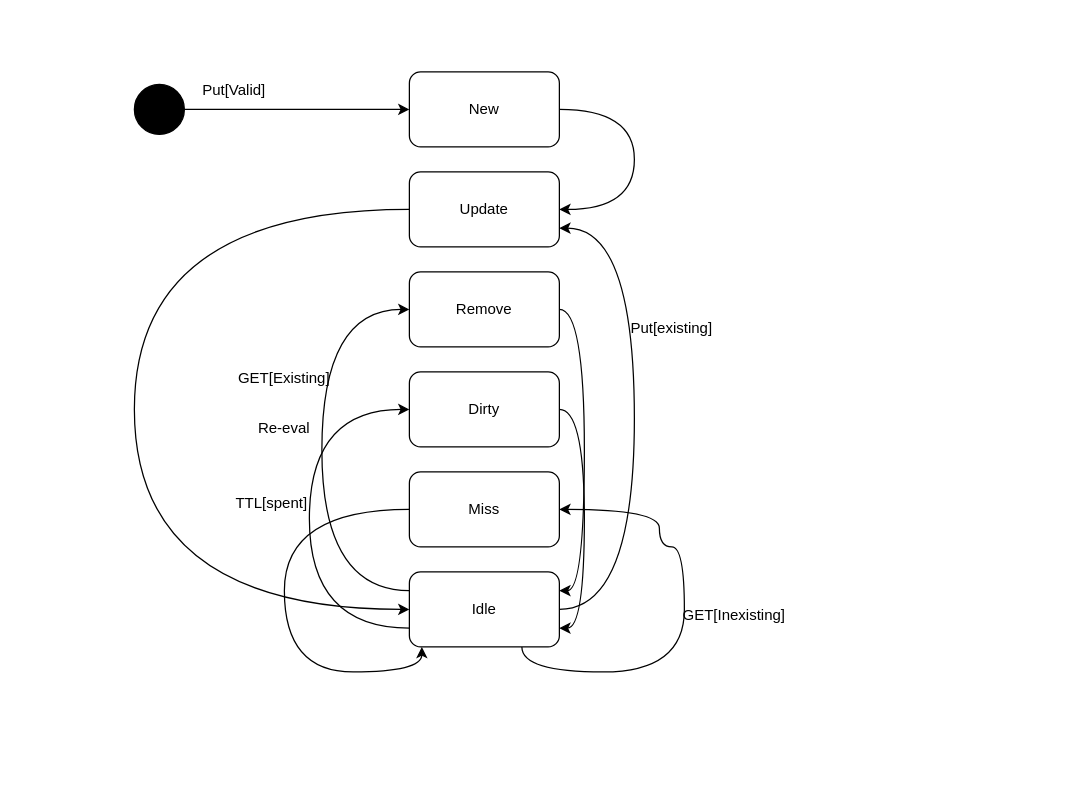
Above: page "4.4 Cache State Machine" (2 of 2) of P/P04/P4.drawio in DavidAraujo98/AS (draw.io), before the change. Source tidied: cells renumbered, new cells numbered last; positions are measured from the earlier drawing's top-left corner, leaving out a move shared by most shapes. Both pictures are drawn from the tidied source at 125%, with x=0, y=0 at pixel (134, 71).
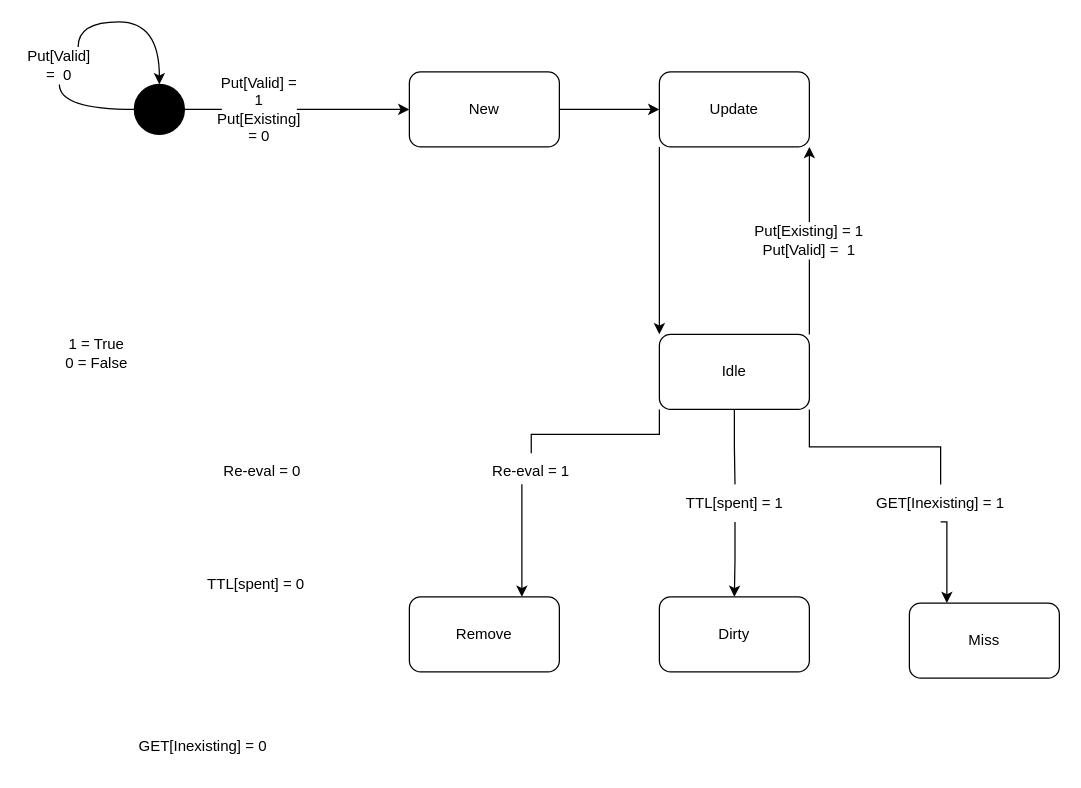
The same page after the edit.

The change refers to these unchanged cells:
```xml
<mxCell id="3" style="shape=ellipse;html=1;fillColor=#000000;fontSize=18;fontColor=#ffffff;" parent="1" vertex="1">
  <mxGeometry y="10" width="40" height="40" as="geometry" />
</mxCell>
<mxCell id="5" value="New" style="rounded=1;whiteSpace=wrap;html=1;" parent="1" vertex="1">
  <mxGeometry x="220" width="120" height="60" as="geometry" />
</mxCell>
```

What changed in the source:
```diff
@@
-    <mxCell id="2" style="edgeStyle=orthogonalEdgeStyle;rounded=0;jettySize=auto;html=1;exitX=1;exitY=0.5;exitDx=0;exitDy=0;curved=1;" parent="1" edge="1" source="3" target="5">
+    <mxCell id="2" style="edgeStyle=orthogonalEdgeStyle;rounded=0;jettySize=auto;html=1;exitX=1;exitY=0.5;exitDx=0;exitDy=0;curved=1;startArrow=none;" parent="1" edge="1" source="19" target="5">
       <mxGeometry relative="1" as="geometry" />
     </mxCell>
+    <mxCell id="25" style="edgeStyle=orthogonalEdgeStyle;curved=1;rounded=0;jettySize=auto;html=1;exitX=0.75;exitY=0;exitDx=0;exitDy=0;endArrow=classic;endFill=1;entryX=0.5;entryY=0;entryDx=0;entryDy=0;startArrow=none;" parent="1" edge="1" source="30" target="3">
+      <mxGeometry relative="1" as="geometry">
+        <Array as="points">
+          <mxPoint x="-45" y="-40" />
+          <mxPoint x="20" y="-40" />
+        </Array>
+      </mxGeometry>
+    </mxCell>
@@
-    <mxCell id="4" style="edgeStyle=orthogonalEdgeStyle;curved=1;rounded=0;jettySize=auto;html=1;exitX=1;exitY=0.5;exitDx=0;exitDy=0;entryX=1;entryY=0.5;entryDx=0;entryDy=0;" parent="1" edge="1" source="5" target="7">
-      <mxGeometry relative="1" as="geometry">
-        <Array as="points">
-          <mxPoint x="400" y="30" />
-          <mxPoint x="400" y="110" />
-        </Array>
-      </mxGeometry>
+    <mxCell id="4" style="edgeStyle=orthogonalEdgeStyle;curved=1;rounded=0;jettySize=auto;html=1;exitX=1;exitY=0.5;exitDx=0;exitDy=0;entryX=0;entryY=0.5;entryDx=0;entryDy=0;endArrow=classic;endFill=1;" parent="1" edge="1" source="5" target="7">
+      <mxGeometry relative="1" as="geometry" />
     </mxCell>
@@
-    <mxCell id="6" style="edgeStyle=orthogonalEdgeStyle;curved=1;rounded=0;jettySize=auto;html=1;exitX=0;exitY=0.5;exitDx=0;exitDy=0;entryX=0;entryY=0.5;entryDx=0;entryDy=0;" parent="1" edge="1" source="7" target="18">
-      <mxGeometry relative="1" as="geometry">
-        <Array as="points">
-          <mxPoint y="110" />
-          <mxPoint y="430" />
-        </Array>
-      </mxGeometry>
+    <mxCell id="6" style="edgeStyle=orthogonalEdgeStyle;rounded=0;jettySize=auto;html=1;exitX=0;exitY=1;exitDx=0;exitDy=0;entryX=0;entryY=0;entryDx=0;entryDy=0;" parent="1" edge="1" source="7" target="18">
+      <mxGeometry relative="1" as="geometry" />
     </mxCell>
     <mxCell id="7" value="Update" style="rounded=1;whiteSpace=wrap;html=1;" parent="1" vertex="1">
-      <mxGeometry x="220" y="80" width="120" height="60" as="geometry" />
+      <mxGeometry x="420" width="120" height="60" as="geometry" />
     </mxCell>
-    <mxCell id="8" style="edgeStyle=orthogonalEdgeStyle;curved=1;rounded=0;jettySize=auto;html=1;exitX=1;exitY=0.5;exitDx=0;exitDy=0;entryX=1;entryY=0.25;entryDx=0;entryDy=0;" parent="1" edge="1" source="9" target="18">
-      <mxGeometry relative="1" as="geometry" />
-    </mxCell>
     <mxCell id="9" value="Remove" style="rounded=1;whiteSpace=wrap;html=1;" parent="1" vertex="1">
-      <mxGeometry x="220" y="160" width="120" height="60" as="geometry" />
+      <mxGeometry x="220" y="420" width="120" height="60" as="geometry" />
     </mxCell>
-    <mxCell id="10" style="edgeStyle=orthogonalEdgeStyle;curved=1;rounded=0;jettySize=auto;html=1;exitX=1;exitY=0.5;exitDx=0;exitDy=0;entryX=1;entryY=0.75;entryDx=0;entryDy=0;" parent="1" edge="1" source="11" target="18">
-      <mxGeometry relative="1" as="geometry" />
-    </mxCell>
     <mxCell id="11" value="Dirty" style="rounded=1;whiteSpace=wrap;html=1;" parent="1" vertex="1">
-      <mxGeometry x="220" y="240" width="120" height="60" as="geometry" />
+      <mxGeometry x="420" y="420" width="120" height="60" as="geometry" />
     </mxCell>
-    <mxCell id="12" style="edgeStyle=orthogonalEdgeStyle;curved=1;rounded=0;jettySize=auto;html=1;exitX=0;exitY=0.5;exitDx=0;exitDy=0;entryX=0.083;entryY=1;entryDx=0;entryDy=0;entryPerimeter=0;" parent="1" edge="1" source="13" target="18">
-      <mxGeometry relative="1" as="geometry">
-        <Array as="points">
-          <mxPoint x="120" y="350" />
-          <mxPoint x="120" y="480" />
-          <mxPoint x="230" y="480" />
-        </Array>
-      </mxGeometry>
-    </mxCell>
     <mxCell id="13" value="Miss" style="rounded=1;whiteSpace=wrap;html=1;" parent="1" vertex="1">
-      <mxGeometry x="220" y="320" width="120" height="60" as="geometry" />
+      <mxGeometry x="620" y="425" width="120" height="60" as="geometry" />
     </mxCell>
-    <mxCell id="14" style="edgeStyle=orthogonalEdgeStyle;curved=1;rounded=0;jettySize=auto;html=1;exitX=1;exitY=0.5;exitDx=0;exitDy=0;entryX=1;entryY=0.75;entryDx=0;entryDy=0;" parent="1" edge="1" source="18" target="7">
-      <mxGeometry relative="1" as="geometry">
-        <Array as="points">
-          <mxPoint x="400" y="430" />
-          <mxPoint x="400" y="125" />
-        </Array>
-      </mxGeometry>
-    </mxCell>
-    <mxCell id="15" style="edgeStyle=orthogonalEdgeStyle;curved=1;rounded=0;jettySize=auto;html=1;exitX=0;exitY=0.75;exitDx=0;exitDy=0;entryX=0;entryY=0.5;entryDx=0;entryDy=0;" parent="1" edge="1" source="18" target="11">
-      <mxGeometry relative="1" as="geometry">
-        <Array as="points">
-          <mxPoint x="140" y="445" />
-          <mxPoint x="140" y="270" />
-        </Array>
-      </mxGeometry>
-    </mxCell>
-    <mxCell id="16" style="edgeStyle=orthogonalEdgeStyle;curved=1;rounded=0;jettySize=auto;html=1;exitX=0.75;exitY=1;exitDx=0;exitDy=0;entryX=1;entryY=0.5;entryDx=0;entryDy=0;" parent="1" edge="1" source="18" target="13">
-      <mxGeometry relative="1" as="geometry">
-        <Array as="points">
-          <mxPoint x="310" y="480" />
-          <mxPoint x="440" y="480" />
-          <mxPoint x="440" y="380" />
-          <mxPoint x="420" y="380" />
-          <mxPoint x="420" y="350" />
-        </Array>
-      </mxGeometry>
-    </mxCell>
-    <mxCell id="17" style="edgeStyle=orthogonalEdgeStyle;curved=1;rounded=0;jettySize=auto;html=1;exitX=0;exitY=0.25;exitDx=0;exitDy=0;entryX=0;entryY=0.5;entryDx=0;entryDy=0;" parent="1" edge="1" source="18" target="9">
-      <mxGeometry relative="1" as="geometry">
-        <Array as="points">
-          <mxPoint x="150" y="415" />
-          <mxPoint x="150" y="190" />
-        </Array>
-      </mxGeometry>
-    </mxCell>
+    <mxCell id="26" style="edgeStyle=orthogonalEdgeStyle;rounded=0;jettySize=auto;html=1;exitX=0.5;exitY=0;exitDx=0;exitDy=0;entryX=1;entryY=1;entryDx=0;entryDy=0;startArrow=none;" parent="1" edge="1" source="34" target="7">
+      <mxGeometry relative="1" as="geometry" />
+    </mxCell>
+    <mxCell id="27" style="edgeStyle=orthogonalEdgeStyle;rounded=0;jettySize=auto;html=1;exitX=0.5;exitY=1;exitDx=0;exitDy=0;entryX=0.5;entryY=0;entryDx=0;entryDy=0;startArrow=none;" parent="1" edge="1" source="36" target="11">
+      <mxGeometry relative="1" as="geometry" />
+    </mxCell>
+    <mxCell id="28" style="edgeStyle=orthogonalEdgeStyle;rounded=0;jettySize=auto;html=1;entryX=0.75;entryY=0;entryDx=0;entryDy=0;startArrow=none;exitX=0.4;exitY=0.833;exitDx=0;exitDy=0;exitPerimeter=0;" parent="1" edge="1" source="38" target="9">
+      <mxGeometry relative="1" as="geometry" />
+    </mxCell>
+    <mxCell id="29" style="edgeStyle=orthogonalEdgeStyle;rounded=0;jettySize=auto;html=1;exitX=0.5;exitY=1;exitDx=0;exitDy=0;entryX=0.25;entryY=0;entryDx=0;entryDy=0;startArrow=none;" parent="1" edge="1" source="40" target="13">
+      <mxGeometry relative="1" as="geometry">
+        <Array as="points">
+          <mxPoint x="650" y="360" />
+        </Array>
+      </mxGeometry>
+    </mxCell>
     <mxCell id="18" value="Idle" style="rounded=1;whiteSpace=wrap;html=1;" parent="1" vertex="1">
-      <mxGeometry x="220" y="400" width="120" height="60" as="geometry" />
+      <mxGeometry x="420" y="210" width="120" height="60" as="geometry" />
     </mxCell>
-    <mxCell id="19" value="Put[Valid]" style="text;html=1;strokeColor=none;fillColor=none;align=center;verticalAlign=middle;whiteSpace=wrap;rounded=0;" parent="1" vertex="1">
-      <mxGeometry x="50" width="60" height="30" as="geometry" />
-    </mxCell>
-    <mxCell id="20" value="Put[existing]" style="text;html=1;strokeColor=none;fillColor=none;align=center;verticalAlign=middle;whiteSpace=wrap;rounded=0;" parent="1" vertex="1">
-      <mxGeometry x="400" y="190" width="60" height="30" as="geometry" />
-    </mxCell>
-    <mxCell id="21" value="GET[Inexisting]" style="text;html=1;strokeColor=none;fillColor=none;align=center;verticalAlign=middle;whiteSpace=wrap;rounded=0;" parent="1" vertex="1">
-      <mxGeometry x="450" y="420" width="60" height="30" as="geometry" />
+    <mxCell id="21" value="GET[Inexisting] = 0" style="text;html=1;strokeColor=none;fillColor=none;align=center;verticalAlign=middle;whiteSpace=wrap;rounded=0;" parent="1" vertex="1">
+      <mxGeometry y="525" width="110" height="30" as="geometry" />
     </mxCell>
-    <mxCell id="22" value="GET[Existing]" style="text;html=1;strokeColor=none;fillColor=none;align=center;verticalAlign=middle;whiteSpace=wrap;rounded=0;" parent="1" vertex="1">
-      <mxGeometry x="90" y="230" width="60" height="30" as="geometry" />
-    </mxCell>
-    <mxCell id="23" value="Re-eval" style="text;html=1;strokeColor=none;fillColor=none;align=center;verticalAlign=middle;whiteSpace=wrap;rounded=0;" parent="1" vertex="1">
-      <mxGeometry x="90" y="270" width="60" height="30" as="geometry" />
+    <mxCell id="23" value="Re-eval = 0" style="text;html=1;strokeColor=none;fillColor=none;align=center;verticalAlign=middle;whiteSpace=wrap;rounded=0;" parent="1" vertex="1">
+      <mxGeometry x="65" y="305" width="75" height="30" as="geometry" />
     </mxCell>
-    <mxCell id="24" value="TTL[spent]" style="text;html=1;strokeColor=none;fillColor=none;align=center;verticalAlign=middle;whiteSpace=wrap;rounded=0;" parent="1" vertex="1">
-      <mxGeometry x="80" y="330" width="60" height="30" as="geometry" />
+    <mxCell id="24" value="TTL[spent] = 0" style="text;html=1;strokeColor=none;fillColor=none;align=center;verticalAlign=middle;whiteSpace=wrap;rounded=0;" parent="1" vertex="1">
+      <mxGeometry x="55" y="395" width="85" height="30" as="geometry" />
     </mxCell>
+    <mxCell id="30" value="Put[Valid] =&amp;nbsp; 0" style="text;html=1;strokeColor=none;fillColor=none;align=center;verticalAlign=middle;whiteSpace=wrap;rounded=0;" parent="1" vertex="1">
+      <mxGeometry x="-90" y="-20" width="60" height="30" as="geometry" />
+    </mxCell>
+    <mxCell id="31" style="edgeStyle=orthogonalEdgeStyle;curved=1;rounded=0;jettySize=auto;html=1;exitX=0;exitY=0.5;exitDx=0;exitDy=0;endArrow=none;endFill=1;entryX=0.5;entryY=1;entryDx=0;entryDy=0;" parent="1" edge="1" source="3" target="30">
+      <mxGeometry relative="1" as="geometry">
+        <Array as="points">
+          <mxPoint x="-60" y="30" />
+        </Array>
+      </mxGeometry>
+    </mxCell>
+    <mxCell id="19" value="Put[Valid] = 1&lt;br&gt;Put[Existing] = 0" style="text;html=1;strokeColor=none;fillColor=none;align=center;verticalAlign=middle;whiteSpace=wrap;rounded=0;" parent="1" vertex="1">
+      <mxGeometry x="70" y="15" width="60" height="30" as="geometry" />
+    </mxCell>
+    <mxCell id="32" style="edgeStyle=orthogonalEdgeStyle;rounded=0;jettySize=auto;html=1;exitX=1;exitY=0.5;exitDx=0;exitDy=0;curved=1;endArrow=none;" parent="1" edge="1" source="3" target="19">
+      <mxGeometry relative="1" as="geometry" />
+    </mxCell>
+    <mxCell id="33" value="1 = True&lt;br&gt;0 = False" style="text;html=1;strokeColor=none;fillColor=none;align=center;verticalAlign=middle;whiteSpace=wrap;rounded=0;" parent="1" vertex="1">
+      <mxGeometry x="-60" y="210" width="60" height="30" as="geometry" />
+    </mxCell>
+    <mxCell id="34" value="Put[Existing] = 1&lt;br&gt;Put[Valid] =&amp;nbsp; 1" style="text;html=1;strokeColor=none;fillColor=none;align=center;verticalAlign=middle;whiteSpace=wrap;rounded=0;" parent="1" vertex="1">
+      <mxGeometry x="490" y="120" width="100" height="30" as="geometry" />
+    </mxCell>
+    <mxCell id="35" style="edgeStyle=orthogonalEdgeStyle;rounded=0;jettySize=auto;html=1;exitX=1;exitY=0;exitDx=0;exitDy=0;endArrow=none;" parent="1" edge="1" source="18">
+      <mxGeometry relative="1" as="geometry">
+        <mxPoint x="540" y="150" as="targetPoint" />
+        <Array as="points">
+          <mxPoint x="540" y="150" />
+        </Array>
+      </mxGeometry>
+    </mxCell>
+    <mxCell id="36" value="TTL[spent] = 1" style="text;html=1;strokeColor=none;fillColor=none;align=center;verticalAlign=middle;whiteSpace=wrap;rounded=0;" parent="1" vertex="1">
+      <mxGeometry x="438" y="330" width="85" height="30" as="geometry" />
+    </mxCell>
+    <mxCell id="37" style="edgeStyle=orthogonalEdgeStyle;rounded=0;jettySize=auto;html=1;exitX=0.5;exitY=1;exitDx=0;exitDy=0;entryX=0.5;entryY=0;entryDx=0;entryDy=0;endArrow=none;" parent="1" edge="1" source="18" target="36">
+      <mxGeometry relative="1" as="geometry" />
+    </mxCell>
+    <mxCell id="38" value="Re-eval = 1" style="text;html=1;strokeColor=none;fillColor=none;align=center;verticalAlign=middle;whiteSpace=wrap;rounded=0;" parent="1" vertex="1">
+      <mxGeometry x="280" y="305" width="75" height="30" as="geometry" />
+    </mxCell>
+    <mxCell id="39" style="edgeStyle=orthogonalEdgeStyle;rounded=0;jettySize=auto;html=1;exitX=0;exitY=1;exitDx=0;exitDy=0;entryX=0.5;entryY=0;entryDx=0;entryDy=0;endArrow=none;" parent="1" edge="1" source="18" target="38">
+      <mxGeometry relative="1" as="geometry">
+        <Array as="points">
+          <mxPoint x="420" y="290" />
+          <mxPoint x="318" y="290" />
+        </Array>
+      </mxGeometry>
+    </mxCell>
+    <mxCell id="40" value="GET[Inexisting] = 1" style="text;html=1;strokeColor=none;fillColor=none;align=center;verticalAlign=middle;whiteSpace=wrap;rounded=0;" parent="1" vertex="1">
+      <mxGeometry x="590" y="330" width="110" height="30" as="geometry" />
+    </mxCell>
+    <mxCell id="41" style="edgeStyle=orthogonalEdgeStyle;rounded=0;jettySize=auto;html=1;exitX=1;exitY=1;exitDx=0;exitDy=0;entryX=0.5;entryY=0;entryDx=0;entryDy=0;endArrow=none;" parent="1" edge="1" source="18" target="40">
+      <mxGeometry relative="1" as="geometry" />
+    </mxCell>
```
